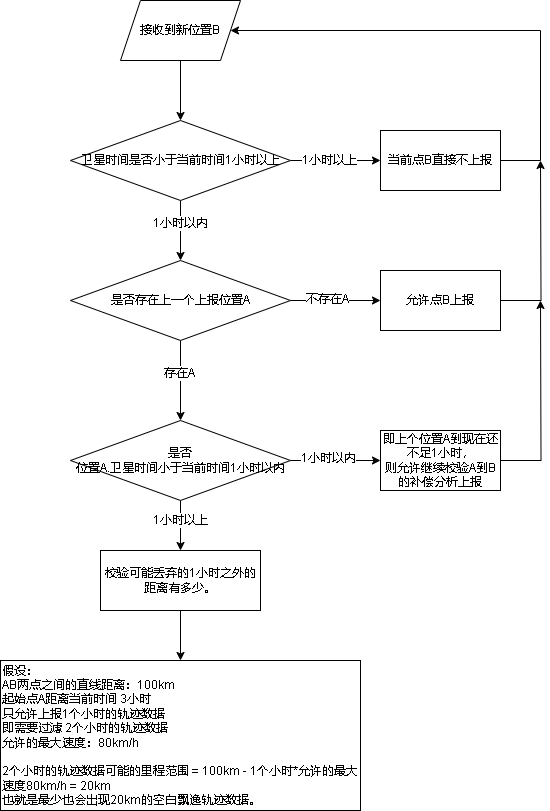
Earlier version of the draw.io export 809轨迹时间异常.drawio.png (xktder/draw). Source tidied: cells renumbered, new cells last; positions are measured from the earlier drawing's top-left corner, leaving out a move shared by most shapes.
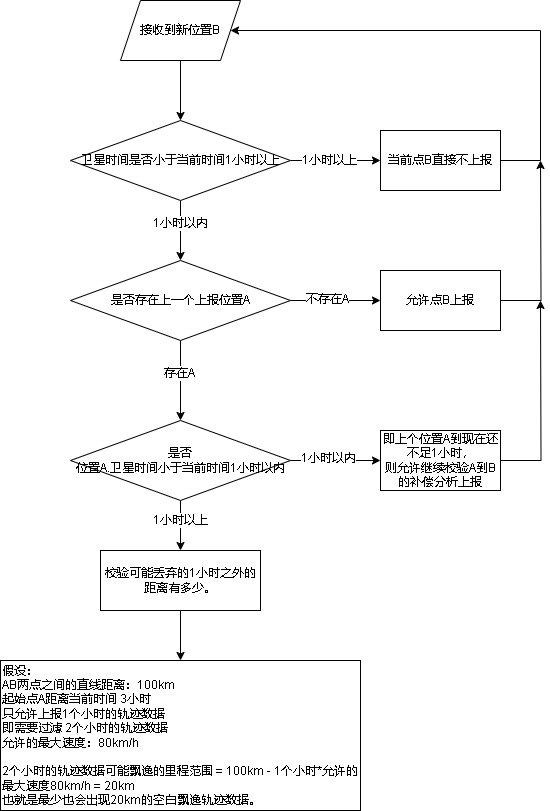
The same file after the commit.

Commit message:
更新809轨迹时间异常.drawio.png

The edit, as a diff of the source:
```diff
@@ -86,7 +86,7 @@
     <mxCell id="26" value="校验可能丢弃的1小时之外的距离有多少。" style="rounded=0;whiteSpace=wrap;html=1;" parent="1" vertex="1">
       <mxGeometry x="100" y="550" width="160" height="60" as="geometry" />
     </mxCell>
-    <mxCell id="27" value="&lt;div&gt;假设：&lt;/div&gt;&lt;div&gt;AB两点之间的直线距离：100km&lt;span style=&quot;&quot;&gt;&lt;/span&gt;&lt;/div&gt;&lt;div&gt;&lt;span style=&quot;&quot;&gt;起始点A距离当前时间 3小时&lt;/span&gt;&lt;/div&gt;&lt;div&gt;&lt;span style=&quot;&quot;&gt;只允许上报1个小时的轨迹数据&lt;/span&gt;&lt;/div&gt;&lt;div&gt;&lt;span style=&quot;&quot;&gt;即需要过滤 2个小时的轨迹数据&lt;/span&gt;&lt;/div&gt;&lt;div&gt;&lt;span style=&quot;&quot;&gt;允许的最大速度：80km/h&lt;/span&gt;&lt;/div&gt;&lt;div&gt;&lt;span style=&quot;&quot;&gt;&lt;span style=&quot;white-space: pre;&quot;&gt;&amp;nbsp;&amp;nbsp;&amp;nbsp;&amp;nbsp;&lt;/span&gt;&lt;span style=&quot;white-space: pre;&quot;&gt;&amp;nbsp;&amp;nbsp;&amp;nbsp;&amp;nbsp;&lt;/span&gt;&lt;span style=&quot;white-space: pre;&quot;&gt;&amp;nbsp;&amp;nbsp;&amp;nbsp;&amp;nbsp;&lt;/span&gt;&lt;span style=&quot;white-space: pre;&quot;&gt;&amp;nbsp;&amp;nbsp;&amp;nbsp;&amp;nbsp;&lt;/span&gt;&lt;span style=&quot;white-space: pre;&quot;&gt;&amp;nbsp;&amp;nbsp;&amp;nbsp;&amp;nbsp;&lt;/span&gt;&lt;span style=&quot;white-space: pre;&quot;&gt;&amp;nbsp;&amp;nbsp;&amp;nbsp;&amp;nbsp;&lt;/span&gt;&lt;span style=&quot;white-space: pre;&quot;&gt;&amp;nbsp;&amp;nbsp;&amp;nbsp;&amp;nbsp;&lt;/span&gt;&lt;span style=&quot;white-space: pre;&quot;&gt;&amp;nbsp;&amp;nbsp;&amp;nbsp;&amp;nbsp;&lt;/span&gt;&lt;span style=&quot;white-space: pre;&quot;&gt;&amp;nbsp;&amp;nbsp;&amp;nbsp;&amp;nbsp;&lt;/span&gt;&lt;span style=&quot;white-space: pre;&quot;&gt;&amp;nbsp;&amp;nbsp;&amp;nbsp;&amp;nbsp;&lt;/span&gt;&lt;span style=&quot;white-space: pre;&quot;&gt;&amp;nbsp;&amp;nbsp;&amp;nbsp;&amp;nbsp;&lt;/span&gt;&lt;span style=&quot;white-space: pre;&quot;&gt;&amp;nbsp;&amp;nbsp;&amp;nbsp;&amp;nbsp;&lt;/span&gt;&lt;span style=&quot;white-space: pre;&quot;&gt;&amp;nbsp;&amp;nbsp;&amp;nbsp;&amp;nbsp;&lt;/span&gt;&lt;span style=&quot;white-space: pre;&quot;&gt;&amp;nbsp;&amp;nbsp;&amp;nbsp;&amp;nbsp;&lt;/span&gt;&lt;span style=&quot;white-space: pre;&quot;&gt;&amp;nbsp;&amp;nbsp;&amp;nbsp;&amp;nbsp;&lt;/span&gt;&lt;span style=&quot;white-space: pre;&quot;&gt;&amp;nbsp;&amp;nbsp;&amp;nbsp;&amp;nbsp;&lt;/span&gt;&lt;span style=&quot;white-space: pre;&quot;&gt;&amp;nbsp;&amp;nbsp;&amp;nbsp;&amp;nbsp;&lt;/span&gt;&lt;span style=&quot;white-space: pre;&quot;&gt;&amp;nbsp;&amp;nbsp;&amp;nbsp;&amp;nbsp;&lt;/span&gt;&lt;/span&gt;&lt;/div&gt;&lt;div&gt;&lt;span style=&quot;&quot;&gt;2个小时的轨迹数据可能的里程范围 = 100km - 1个小时*允许的最大速度80km/h = 20km&lt;/span&gt;&lt;/div&gt;&lt;div&gt;&lt;span style=&quot;&quot;&gt;也就是最少也会出现20km的空白飘逸轨迹数据。&lt;/span&gt;&lt;/div&gt;" style="rounded=0;whiteSpace=wrap;html=1;align=left;" parent="1" vertex="1">
+    <mxCell id="27" value="&lt;div&gt;假设：&lt;/div&gt;&lt;div&gt;AB两点之间的直线距离：100km&lt;span style=&quot;&quot;&gt;&lt;/span&gt;&lt;/div&gt;&lt;div&gt;&lt;span style=&quot;&quot;&gt;起始点A距离当前时间 3小时&lt;/span&gt;&lt;/div&gt;&lt;div&gt;&lt;span style=&quot;&quot;&gt;只允许上报1个小时的轨迹数据&lt;/span&gt;&lt;/div&gt;&lt;div&gt;&lt;span style=&quot;&quot;&gt;即需要过滤 2个小时的轨迹数据&lt;/span&gt;&lt;/div&gt;&lt;div&gt;&lt;span style=&quot;&quot;&gt;允许的最大速度：80km/h&lt;/span&gt;&lt;/div&gt;&lt;div&gt;&lt;span style=&quot;&quot;&gt;&lt;span style=&quot;white-space: pre;&quot;&gt;&amp;nbsp;&amp;nbsp;&amp;nbsp;&amp;nbsp;&lt;/span&gt;&lt;span style=&quot;white-space: pre;&quot;&gt;&amp;nbsp;&amp;nbsp;&amp;nbsp;&amp;nbsp;&lt;/span&gt;&lt;span style=&quot;white-space: pre;&quot;&gt;&amp;nbsp;&amp;nbsp;&amp;nbsp;&amp;nbsp;&lt;/span&gt;&lt;span style=&quot;white-space: pre;&quot;&gt;&amp;nbsp;&amp;nbsp;&amp;nbsp;&amp;nbsp;&lt;/span&gt;&lt;span style=&quot;white-space: pre;&quot;&gt;&amp;nbsp;&amp;nbsp;&amp;nbsp;&amp;nbsp;&lt;/span&gt;&lt;span style=&quot;white-space: pre;&quot;&gt;&amp;nbsp;&amp;nbsp;&amp;nbsp;&amp;nbsp;&lt;/span&gt;&lt;span style=&quot;white-space: pre;&quot;&gt;&amp;nbsp;&amp;nbsp;&amp;nbsp;&amp;nbsp;&lt;/span&gt;&lt;span style=&quot;white-space: pre;&quot;&gt;&amp;nbsp;&amp;nbsp;&amp;nbsp;&amp;nbsp;&lt;/span&gt;&lt;span style=&quot;white-space: pre;&quot;&gt;&amp;nbsp;&amp;nbsp;&amp;nbsp;&amp;nbsp;&lt;/span&gt;&lt;span style=&quot;white-space: pre;&quot;&gt;&amp;nbsp;&amp;nbsp;&amp;nbsp;&amp;nbsp;&lt;/span&gt;&lt;span style=&quot;white-space: pre;&quot;&gt;&amp;nbsp;&amp;nbsp;&amp;nbsp;&amp;nbsp;&lt;/span&gt;&lt;span style=&quot;white-space: pre;&quot;&gt;&amp;nbsp;&amp;nbsp;&amp;nbsp;&amp;nbsp;&lt;/span&gt;&lt;span style=&quot;white-space: pre;&quot;&gt;&amp;nbsp;&amp;nbsp;&amp;nbsp;&amp;nbsp;&lt;/span&gt;&lt;span style=&quot;white-space: pre;&quot;&gt;&amp;nbsp;&amp;nbsp;&amp;nbsp;&amp;nbsp;&lt;/span&gt;&lt;span style=&quot;white-space: pre;&quot;&gt;&amp;nbsp;&amp;nbsp;&amp;nbsp;&amp;nbsp;&lt;/span&gt;&lt;span style=&quot;white-space: pre;&quot;&gt;&amp;nbsp;&amp;nbsp;&amp;nbsp;&amp;nbsp;&lt;/span&gt;&lt;span style=&quot;white-space: pre;&quot;&gt;&amp;nbsp;&amp;nbsp;&amp;nbsp;&amp;nbsp;&lt;/span&gt;&lt;span style=&quot;white-space: pre;&quot;&gt;&amp;nbsp;&amp;nbsp;&amp;nbsp;&amp;nbsp;&lt;/span&gt;&lt;/span&gt;&lt;/div&gt;&lt;div&gt;&lt;span style=&quot;&quot;&gt;2个小时的轨迹数据可能飘逸的里程范围 = 100km - 1个小时*允许的最大速度80km/h = 20km&lt;/span&gt;&lt;/div&gt;&lt;div&gt;&lt;span style=&quot;&quot;&gt;也就是最少也会出现20km的空白飘逸轨迹数据。&lt;/span&gt;&lt;/div&gt;" style="rounded=0;whiteSpace=wrap;html=1;align=left;" parent="1" vertex="1">
       <mxGeometry y="660" width="360" height="150" as="geometry" />
     </mxCell>
   </root>
```
